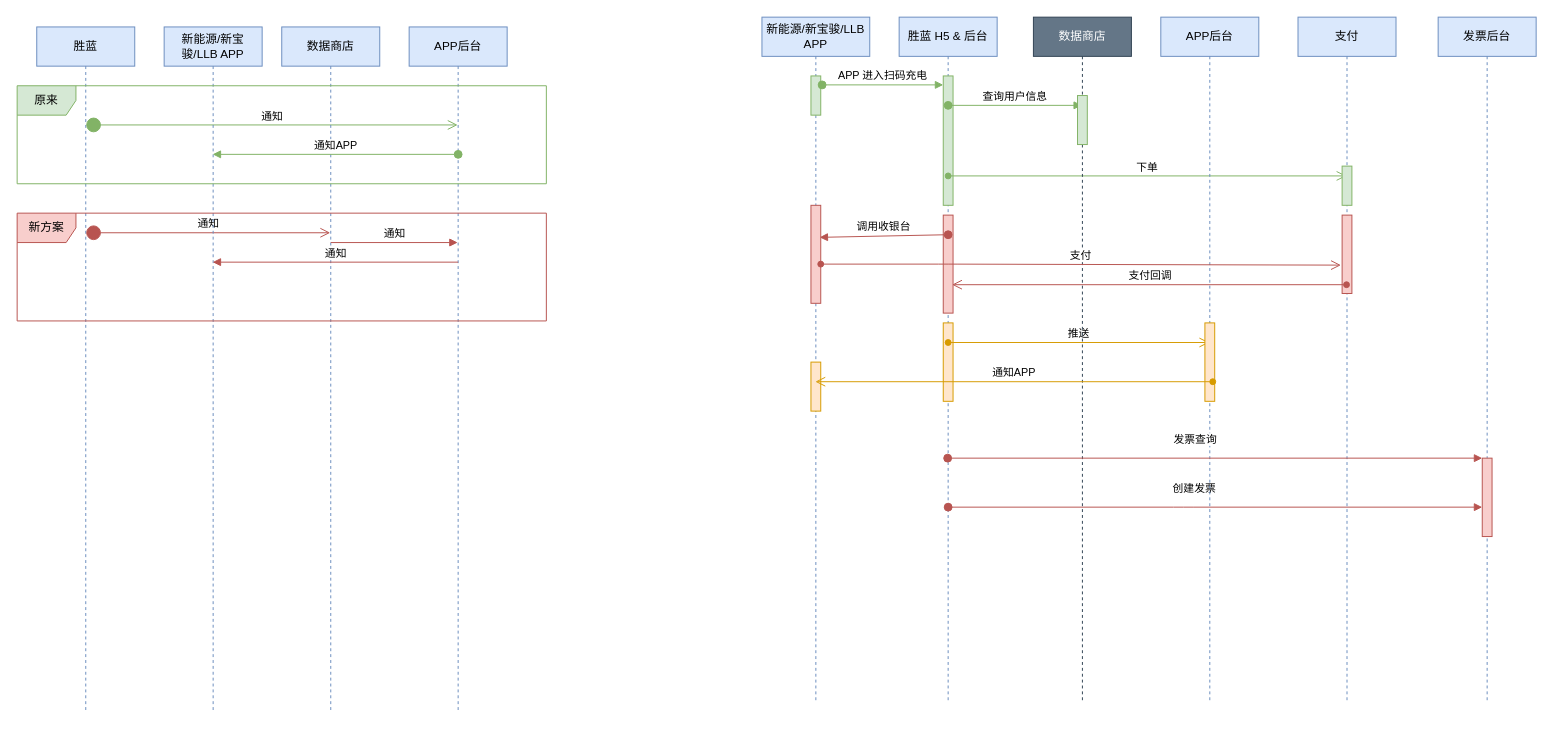
Earlier version of the draw.io diagram 统一接口.drawio (onlymuxia/Markdown). Source tidied: cells renumbered, new cells numbered last; positions are measured from the earlier drawing's top-left corner, leaving out a move shared by most shapes. Both pictures are drawn from the tidied source at 98%, with x=0, y=0 at pixel (17, 17).
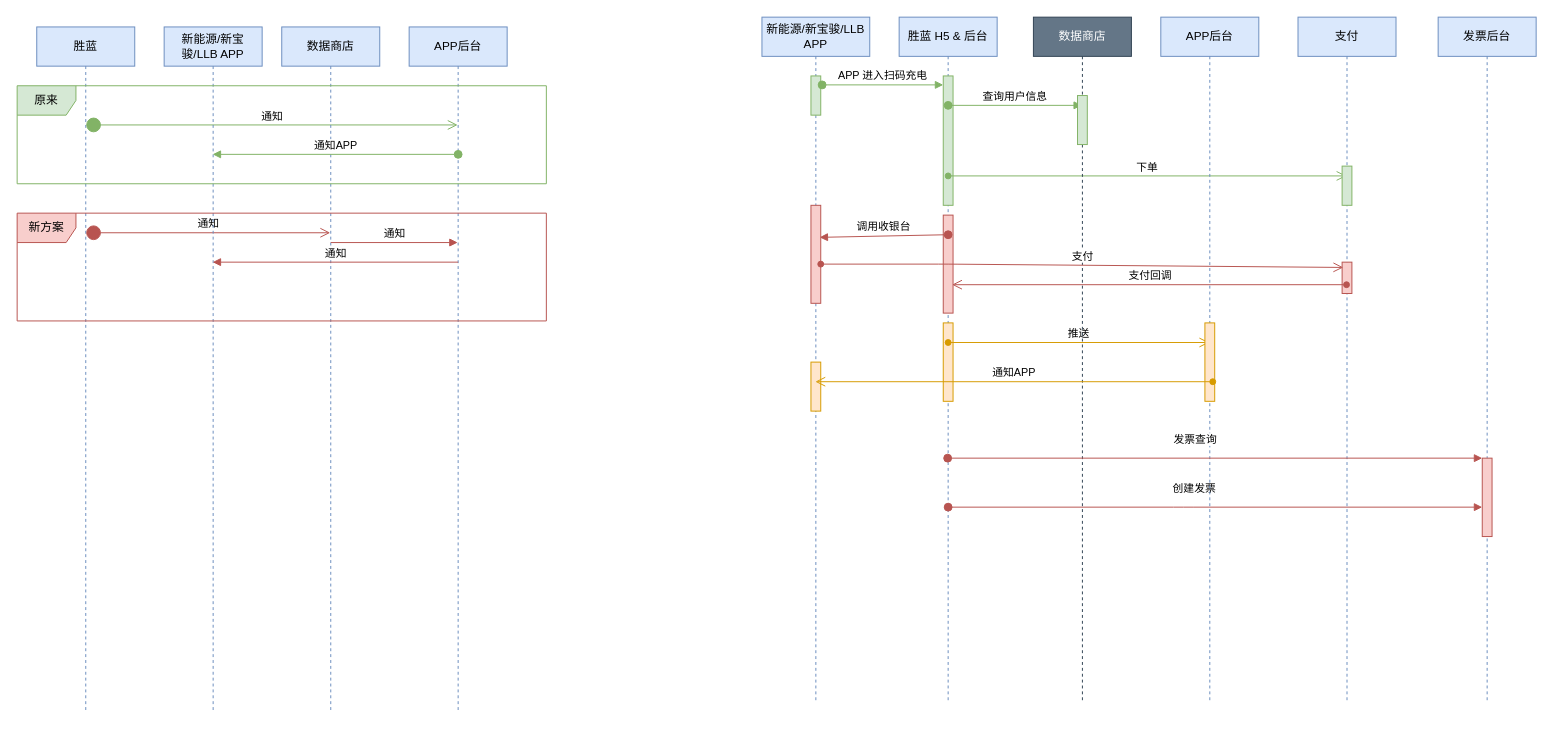
The same page after the edit.

Commit message:
更新统一接口.drawio

Unchanged cells that the change refers to:
```xml
<mxCell id="25" style="html=1;points=[];perimeter=orthogonalPerimeter;align=center;fillColor=#f8cecc;strokeColor=#b85450;" parent="22" vertex="1">
  <mxGeometry x="50" y="192" width="10" height="100" as="geometry" />
</mxCell>
<mxCell id="31" value="支付" style="shape=umlLifeline;perimeter=lifelinePerimeter;whiteSpace=wrap;html=1;outlineConnect=0;align=center;fillColor=#dae8fc;strokeColor=#6c8ebf;" parent="1" vertex="1">
  <mxGeometry x="1307" width="100" height="700" as="geometry" />
</mxCell>
```

Change to the diagram source:
```diff
@@
     <mxCell id="33" style="html=1;points=[];perimeter=orthogonalPerimeter;align=center;fillColor=#f8cecc;strokeColor=#b85450;" parent="31" vertex="1">
-      <mxGeometry x="45" y="202" width="10" height="80" as="geometry" />
+      <mxGeometry x="45" y="250" width="10" height="32" as="geometry" />
     </mxCell>
@@
-    <mxCell id="35" value="支付" style="html=1;verticalAlign=bottom;startArrow=oval;startFill=1;endArrow=open;startSize=6;endSize=8;fillColor=#f8cecc;strokeColor=#b85450;entryX=-0.12;entryY=0.638;entryDx=0;entryDy=0;entryPerimeter=0;" parent="1" edge="1" source="25" target="33">
+    <mxCell id="35" value="支付" style="html=1;verticalAlign=bottom;startArrow=oval;startFill=1;endArrow=open;startSize=6;endSize=8;fillColor=#f8cecc;strokeColor=#b85450;entryX=0.12;entryY=0.169;entryDx=0;entryDy=0;entryPerimeter=0;" parent="1" edge="1" source="25" target="33">
       <mxGeometry relative="1" as="geometry">
         <Array as="points">
           <mxPoint x="950" y="252" />
         </Array>
       </mxGeometry>
     </mxCell>
```
